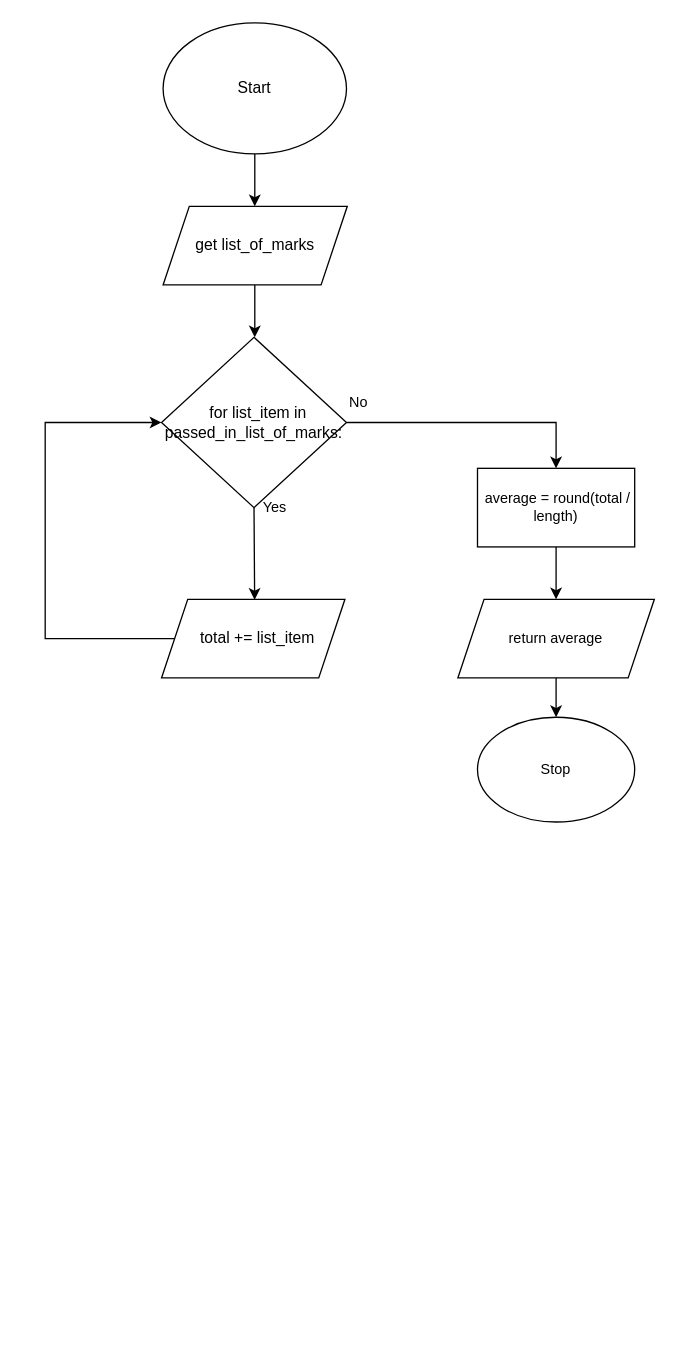
Aleksandr-Ten/ICS3U-Unit6-06-Python keeps this draw.io diagram as flowchart.drawio. Above is the earlier version. Source tidied: cells renumbered, new cells numbered last; positions are measured from the earlier drawing's top-left corner, leaving out a move shared by most shapes. Both pictures are drawn from the tidied source at 131%, with x=0, y=0 at pixel (45, 22).
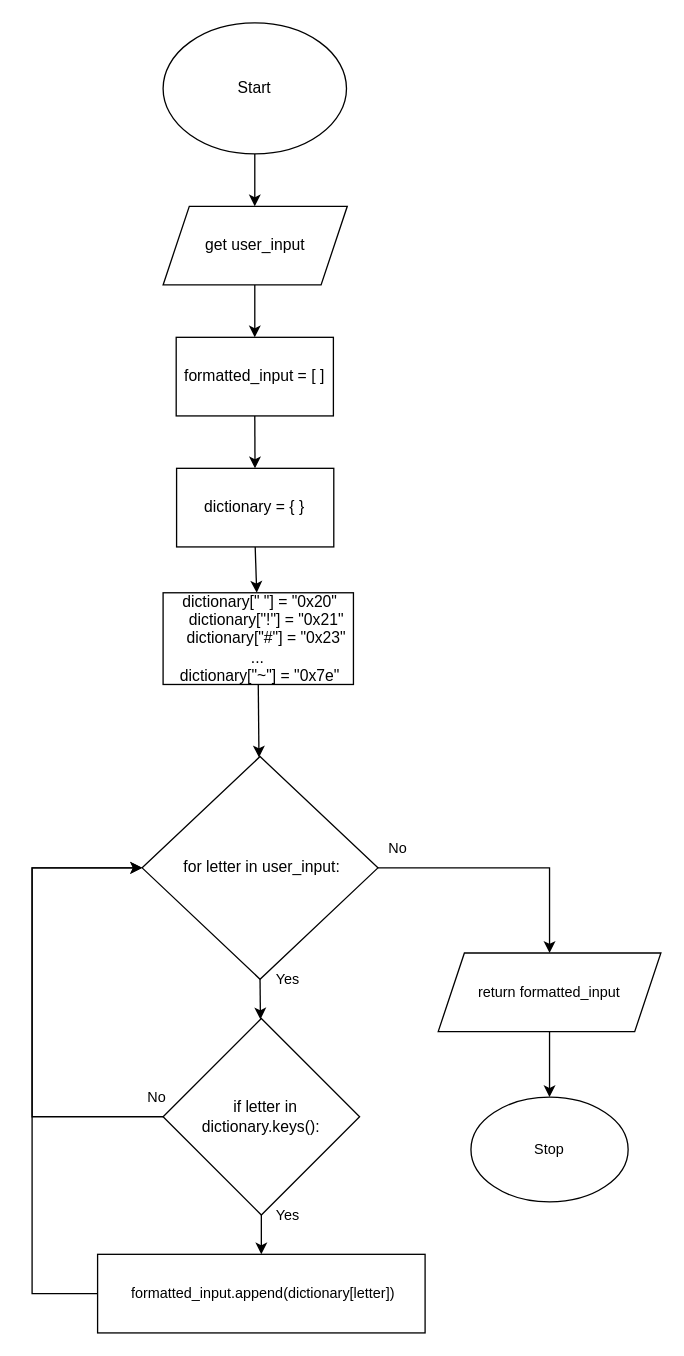
The same page after the edit.

What changed in the source:
```diff
@@
-    <mxCell id="5" style="edgeStyle=none;html=1;exitX=0.5;exitY=1;exitDx=0;exitDy=0;" parent="1" edge="1" source="7">
-      <mxGeometry relative="1" as="geometry">
-        <mxPoint x="159.9" y="440.4" as="targetPoint" />
-      </mxGeometry>
-    </mxCell>
-    <mxCell id="6" style="edgeStyle=orthogonalEdgeStyle;shape=connector;rounded=0;html=1;exitX=1;exitY=0.5;exitDx=0;exitDy=0;entryX=0.5;entryY=0;entryDx=0;entryDy=0;labelBackgroundColor=default;fontFamily=Helvetica;fontSize=11;fontColor=default;endArrow=classic;strokeColor=default;" parent="1" edge="1" source="7" target="15">
-      <mxGeometry relative="1" as="geometry" />
-    </mxCell>
-    <mxCell id="7" value="&lt;span style=&quot;font-weight: 400&quot;&gt;&amp;nbsp; for list_item in passed_in_list_of_marks:&lt;/span&gt;" style="rhombus;whiteSpace=wrap;html=1;fontStyle=1;" parent="1" vertex="1">
-      <mxGeometry x="88.8" y="240" width="141.2" height="130" as="geometry" />
-    </mxCell>
     <mxCell id="8" value="Yes" style="text;html=1;align=center;verticalAlign=middle;fillColor=none;strokeColor=none;rounded=0;fontFamily=Helvetica;fontSize=11;fontColor=default;" parent="1" vertex="1">
-      <mxGeometry x="160" y="360" width="30" height="20" as="geometry" />
+      <mxGeometry x="170" y="720" width="30" height="20" as="geometry" />
     </mxCell>
-    <mxCell id="9" style="edgeStyle=orthogonalEdgeStyle;shape=connector;rounded=0;html=1;exitX=0.5;exitY=1;exitDx=0;exitDy=0;labelBackgroundColor=default;fontFamily=Helvetica;fontSize=11;fontColor=default;endArrow=classic;strokeColor=default;" parent="1" edge="1" source="10" target="11">
-      <mxGeometry relative="1" as="geometry" />
-    </mxCell>
-    <mxCell id="10" value="return average" style="shape=parallelogram;perimeter=parallelogramPerimeter;whiteSpace=wrap;html=1;fixedSize=1;fontFamily=Helvetica;fontSize=11;fontColor=default;" parent="1" vertex="1">
-      <mxGeometry x="315" y="440" width="150" height="60" as="geometry" />
-    </mxCell>
     <mxCell id="11" value="Stop" style="ellipse;whiteSpace=wrap;html=1;fontFamily=Helvetica;fontSize=11;fontColor=default;" parent="1" vertex="1">
-      <mxGeometry x="330" y="530" width="120" height="80" as="geometry" />
+      <mxGeometry x="325" y="820" width="120" height="80" as="geometry" />
     </mxCell>
-    <mxCell id="12" value="No" style="text;html=1;align=center;verticalAlign=middle;fillColor=none;strokeColor=none;rounded=0;fontFamily=Helvetica;fontSize=11;fontColor=default;" parent="1" vertex="1">
-      <mxGeometry x="224" y="280" width="30" height="20" as="geometry" />
-    </mxCell>
-    <mxCell id="13" value="get list_of_marks" style="shape=parallelogram;perimeter=parallelogramPerimeter;whiteSpace=wrap;html=1;fixedSize=1;" parent="1" vertex="1">
+    <mxCell id="13" value="get user_input" style="shape=parallelogram;perimeter=parallelogramPerimeter;whiteSpace=wrap;html=1;fixedSize=1;" parent="1" vertex="1">
       <mxGeometry x="90" y="140" width="140.6" height="60" as="geometry" />
     </mxCell>
-    <mxCell id="14" style="edgeStyle=orthogonalEdgeStyle;shape=connector;rounded=0;html=1;exitX=0.5;exitY=1;exitDx=0;exitDy=0;labelBackgroundColor=default;fontFamily=Helvetica;fontSize=11;fontColor=default;endArrow=classic;strokeColor=default;" parent="1" edge="1" source="15" target="10">
-      <mxGeometry relative="1" as="geometry" />
-    </mxCell>
-    <mxCell id="15" value="&lt;div&gt;&amp;nbsp;average = round(total / length)&lt;/div&gt;" style="rounded=0;whiteSpace=wrap;html=1;fontFamily=Helvetica;fontSize=11;fontColor=default;" parent="1" vertex="1">
-      <mxGeometry x="330" y="340" width="120" height="60" as="geometry" />
-    </mxCell>
+    <mxCell id="18" style="edgeStyle=none;html=1;exitX=0.5;exitY=1;exitDx=0;exitDy=0;" parent="1" edge="1" source="16" target="20">
+      <mxGeometry relative="1" as="geometry" />
+    </mxCell>
-    <mxCell id="16" style="edgeStyle=orthogonalEdgeStyle;html=1;exitX=0;exitY=0.5;exitDx=0;exitDy=0;entryX=0;entryY=0.5;entryDx=0;entryDy=0;rounded=0;" parent="1" edge="1" source="17" target="7">
-      <mxGeometry relative="1" as="geometry">
-        <Array as="points">
-          <mxPoint y="470" />
-          <mxPoint y="305" />
-        </Array>
-      </mxGeometry>
+    <mxCell id="16" value="formatted_input = [ ]" style="rounded=0;whiteSpace=wrap;html=1;" parent="1" vertex="1">
+      <mxGeometry x="100" y="240" width="120" height="60" as="geometry" />
     </mxCell>
-    <mxCell id="17" value="&amp;nbsp; total += list_item" style="shape=parallelogram;perimeter=parallelogramPerimeter;whiteSpace=wrap;html=1;fixedSize=1;" parent="1" vertex="1">
-      <mxGeometry x="88.8" y="440" width="140" height="60" as="geometry" />
-    </mxCell>
+    <mxCell id="19" style="edgeStyle=none;html=1;exitX=0.5;exitY=1;exitDx=0;exitDy=0;" parent="1" edge="1" source="20" target="22">
+      <mxGeometry relative="1" as="geometry" />
+    </mxCell>
+    <mxCell id="20" value="dictionary = { }" style="rounded=0;whiteSpace=wrap;html=1;" parent="1" vertex="1">
+      <mxGeometry x="100.3" y="340" width="120" height="60" as="geometry" />
+    </mxCell>
+    <mxCell id="21" style="edgeStyle=none;html=1;exitX=0.5;exitY=1;exitDx=0;exitDy=0;" parent="1" edge="1" source="22" target="25">
+      <mxGeometry relative="1" as="geometry" />
+    </mxCell>
+    <mxCell id="22" value="&lt;div&gt;&amp;nbsp;dictionary[&quot; &quot;] = &quot;0x20&quot;&lt;/div&gt;&lt;div&gt;&amp;nbsp; &amp;nbsp; dictionary[&quot;!&quot;] = &quot;0x21&quot;&lt;/div&gt;&lt;div&gt;&amp;nbsp; &amp;nbsp; dictionary[&quot;#&quot;] = &quot;0x23&quot;&lt;/div&gt;&lt;div&gt;...&lt;/div&gt;&lt;div&gt;&amp;nbsp;dictionary[&quot;~&quot;] = &quot;0x7e&quot;&lt;/div&gt;" style="rounded=0;whiteSpace=wrap;html=1;" parent="1" vertex="1">
+      <mxGeometry x="90" y="435" width="145.3" height="70" as="geometry" />
+    </mxCell>
+    <mxCell id="23" style="edgeStyle=none;html=1;exitX=0.5;exitY=1;exitDx=0;exitDy=0;" parent="1" edge="1" source="25" target="28">
+      <mxGeometry relative="1" as="geometry" />
+    </mxCell>
+    <mxCell id="24" style="edgeStyle=orthogonalEdgeStyle;shape=connector;rounded=0;html=1;exitX=1;exitY=0.5;exitDx=0;exitDy=0;entryX=0.5;entryY=0;entryDx=0;entryDy=0;labelBackgroundColor=default;fontFamily=Helvetica;fontSize=11;fontColor=default;endArrow=classic;strokeColor=default;" parent="1" edge="1" source="25" target="32">
+      <mxGeometry relative="1" as="geometry" />
+    </mxCell>
+    <mxCell id="25" value="&amp;nbsp;for letter in user_input:" style="rhombus;whiteSpace=wrap;html=1;" parent="1" vertex="1">
+      <mxGeometry x="74" y="560" width="180" height="170" as="geometry" />
+    </mxCell>
+    <mxCell id="26" style="edgeStyle=orthogonalEdgeStyle;html=1;exitX=0;exitY=0.5;exitDx=0;exitDy=0;entryX=0;entryY=0.5;entryDx=0;entryDy=0;rounded=0;" parent="1" edge="1" source="28" target="25">
+      <mxGeometry relative="1" as="geometry">
+        <Array as="points">
+          <mxPoint x="-10" y="835" />
+          <mxPoint x="-10" y="645" />
+        </Array>
+      </mxGeometry>
+    </mxCell>
+    <mxCell id="27" style="edgeStyle=orthogonalEdgeStyle;shape=connector;rounded=0;html=1;exitX=0.5;exitY=1;exitDx=0;exitDy=0;labelBackgroundColor=default;fontFamily=Helvetica;fontSize=11;fontColor=default;endArrow=classic;strokeColor=default;" parent="1" edge="1" source="28" target="30">
+      <mxGeometry relative="1" as="geometry" />
+    </mxCell>
+    <mxCell id="28" value="&amp;nbsp; if letter in dictionary.keys():" style="rhombus;whiteSpace=wrap;html=1;" parent="1" vertex="1">
+      <mxGeometry x="90" y="760" width="150" height="150" as="geometry" />
+    </mxCell>
+    <mxCell id="29" style="edgeStyle=orthogonalEdgeStyle;shape=connector;rounded=0;html=1;exitX=0;exitY=0.5;exitDx=0;exitDy=0;entryX=0;entryY=0.5;entryDx=0;entryDy=0;labelBackgroundColor=default;fontFamily=Helvetica;fontSize=11;fontColor=default;endArrow=classic;strokeColor=default;" parent="1" edge="1" source="30" target="25">
+      <mxGeometry relative="1" as="geometry">
+        <Array as="points">
+          <mxPoint x="-10" y="970" />
+          <mxPoint x="-10" y="645" />
+        </Array>
+      </mxGeometry>
+    </mxCell>
+    <mxCell id="30" value="&amp;nbsp;formatted_input.append(dictionary[letter])" style="rounded=0;whiteSpace=wrap;html=1;fontFamily=Helvetica;fontSize=11;fontColor=default;" parent="1" vertex="1">
+      <mxGeometry x="40" y="940" width="250" height="60" as="geometry" />
+    </mxCell>
+    <mxCell id="31" style="edgeStyle=orthogonalEdgeStyle;shape=connector;rounded=0;html=1;exitX=0.5;exitY=1;exitDx=0;exitDy=0;labelBackgroundColor=default;fontFamily=Helvetica;fontSize=11;fontColor=default;endArrow=classic;strokeColor=default;" parent="1" edge="1" source="32" target="11">
+      <mxGeometry relative="1" as="geometry" />
+    </mxCell>
+    <mxCell id="32" value="return formatted_input" style="shape=parallelogram;perimeter=parallelogramPerimeter;whiteSpace=wrap;html=1;fixedSize=1;fontFamily=Helvetica;fontSize=11;fontColor=default;" parent="1" vertex="1">
+      <mxGeometry x="300" y="710" width="170" height="60" as="geometry" />
+    </mxCell>
+    <mxCell id="33" value="Yes" style="text;html=1;align=center;verticalAlign=middle;fillColor=none;strokeColor=none;rounded=0;fontFamily=Helvetica;fontSize=11;fontColor=default;" parent="1" vertex="1">
+      <mxGeometry x="170" y="900" width="30" height="20" as="geometry" />
+    </mxCell>
+    <mxCell id="34" value="No" style="text;html=1;align=center;verticalAlign=middle;fillColor=none;strokeColor=none;rounded=0;fontFamily=Helvetica;fontSize=11;fontColor=default;" parent="1" vertex="1">
+      <mxGeometry x="70.3" y="810" width="30" height="20" as="geometry" />
+    </mxCell>
+    <mxCell id="35" value="No" style="text;html=1;align=center;verticalAlign=middle;fillColor=none;strokeColor=none;rounded=0;fontFamily=Helvetica;fontSize=11;fontColor=default;" parent="1" vertex="1">
+      <mxGeometry x="254" y="620" width="30" height="20" as="geometry" />
+    </mxCell>
```
